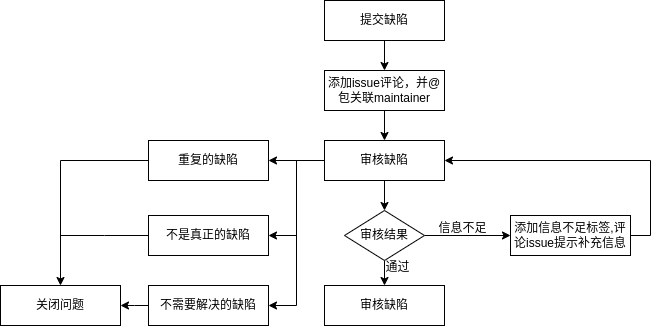
Before: 缺陷issue处理流程.png, a diagram exported from draw.io (weijiang1994/draw-io). Source tidied: cells renumbered, new cells last; positions are measured from the earlier drawing's top-left corner, leaving out a move shared by most shapes.
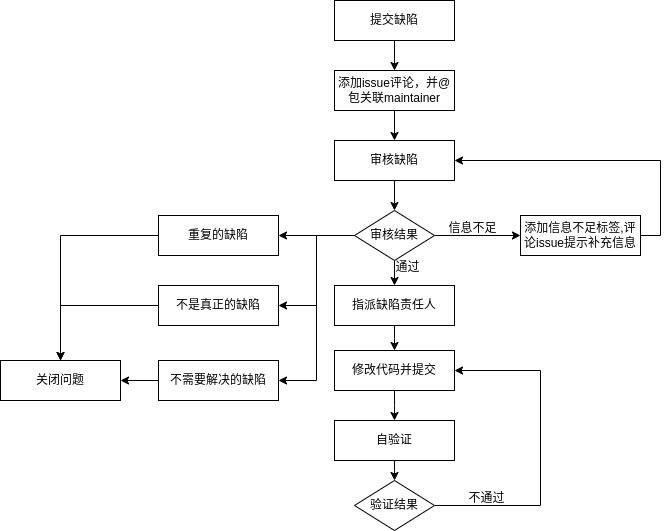
After the commit.

Commit message:
更新缺陷issue处理流程.png

Diff of the diagram source:
```diff
@@ -19,15 +19,6 @@
     <mxCell id="6" style="edgeStyle=orthogonalEdgeStyle;rounded=0;jettySize=auto;html=1;exitX=0.5;exitY=1;exitDx=0;exitDy=0;entryX=0.5;entryY=0;entryDx=0;entryDy=0;" parent="1" edge="1" source="10" target="13">
       <mxGeometry relative="1" as="geometry" />
     </mxCell>
-    <mxCell id="7" style="edgeStyle=elbowEdgeStyle;rounded=0;jettySize=auto;elbow=vertical;html=1;exitX=0;exitY=0.5;exitDx=0;exitDy=0;entryX=1;entryY=0.5;entryDx=0;entryDy=0;fontSize=5;" parent="1" edge="1" source="10" target="21">
-      <mxGeometry relative="1" as="geometry" />
-    </mxCell>
-    <mxCell id="8" style="edgeStyle=elbowEdgeStyle;rounded=0;jettySize=auto;html=1;exitX=0;exitY=0.5;exitDx=0;exitDy=0;entryX=1;entryY=0.5;entryDx=0;entryDy=0;fontSize=5;" parent="1" edge="1" source="10" target="23">
-      <mxGeometry relative="1" as="geometry" />
-    </mxCell>
-    <mxCell id="9" style="edgeStyle=elbowEdgeStyle;rounded=0;jettySize=auto;html=1;exitX=0;exitY=0.5;exitDx=0;exitDy=0;entryX=1;entryY=0.5;entryDx=0;entryDy=0;fontSize=5;" parent="1" edge="1" source="10" target="25">
-      <mxGeometry relative="1" as="geometry" />
-    </mxCell>
     <mxCell id="10" value="审核缺陷" style="rounded=0;whiteSpace=wrap;html=1;" parent="1" vertex="1">
       <mxGeometry x="324" y="140" width="120" height="40" as="geometry" />
     </mxCell>
@@ -37,6 +28,15 @@
     <mxCell id="12" style="edgeStyle=elbowEdgeStyle;rounded=0;jettySize=auto;html=1;exitX=0.5;exitY=1;exitDx=0;exitDy=0;fontSize=5;" parent="1" edge="1" source="13" target="18">
       <mxGeometry relative="1" as="geometry" />
     </mxCell>
+    <mxCell id="26" style="edgeStyle=orthogonalEdgeStyle;rounded=0;jettySize=auto;html=1;exitX=0;exitY=0.5;exitDx=0;exitDy=0;fontSize=5;startArrow=none;startFill=0;endArrow=classic;endFill=1;elbow=vertical;" parent="1" edge="1" source="13" target="21">
+      <mxGeometry relative="1" as="geometry" />
+    </mxCell>
+    <mxCell id="27" style="edgeStyle=orthogonalEdgeStyle;rounded=0;jettySize=auto;html=1;exitX=0;exitY=0.5;exitDx=0;exitDy=0;entryX=1;entryY=0.5;entryDx=0;entryDy=0;fontSize=5;startArrow=none;startFill=0;endArrow=classic;endFill=1;elbow=vertical;" parent="1" edge="1" source="13" target="23">
+      <mxGeometry relative="1" as="geometry" />
+    </mxCell>
+    <mxCell id="28" style="edgeStyle=orthogonalEdgeStyle;rounded=0;jettySize=auto;html=1;exitX=0;exitY=0.5;exitDx=0;exitDy=0;entryX=1;entryY=0.5;entryDx=0;entryDy=0;fontSize=5;startArrow=none;startFill=0;endArrow=classic;endFill=1;elbow=vertical;" parent="1" edge="1" source="13" target="25">
+      <mxGeometry relative="1" as="geometry" />
+    </mxCell>
     <mxCell id="13" value="审核结果" style="rhombus;whiteSpace=wrap;html=1;" parent="1" vertex="1">
       <mxGeometry x="344" y="210" width="80" height="50" as="geometry" />
     </mxCell>
@@ -50,33 +50,64 @@
       <mxGeometry x="432" y="223" width="60" height="10" as="geometry" />
     </mxCell>
     <mxCell id="17" value="关闭问题" style="rounded=0;whiteSpace=wrap;html=1;" parent="1" vertex="1">
-      <mxGeometry y="285" width="120" height="40" as="geometry" />
+      <mxGeometry x="-10" y="360" width="120" height="40" as="geometry" />
     </mxCell>
+    <mxCell id="29" style="edgeStyle=elbowEdgeStyle;rounded=0;jettySize=auto;elbow=vertical;html=1;exitX=0.5;exitY=1;exitDx=0;exitDy=0;entryX=0.5;entryY=0;entryDx=0;entryDy=0;fontSize=5;endArrow=classic;endFill=1;" parent="1" edge="1" source="18" target="33">
+      <mxGeometry relative="1" as="geometry" />
+    </mxCell>
-    <mxCell id="18" value="审核缺陷" style="rounded=0;whiteSpace=wrap;html=1;" parent="1" vertex="1">
+    <mxCell id="18" value="指派缺陷责任人" style="rounded=0;whiteSpace=wrap;html=1;" parent="1" vertex="1">
       <mxGeometry x="324" y="285" width="120" height="40" as="geometry" />
     </mxCell>
     <mxCell id="19" value="通过" style="text;html=1;align=center;verticalAlign=middle;strokeColor=none;fillColor=none;fontSize=5;" parent="1" vertex="1">
       <mxGeometry x="377" y="262" width="40" height="10" as="geometry" />
     </mxCell>
-    <mxCell id="20" style="edgeStyle=orthogonalEdgeStyle;rounded=0;jettySize=auto;html=1;exitX=0;exitY=0.5;exitDx=0;exitDy=0;fontSize=5;" parent="1" edge="1" source="21" target="17">
+    <mxCell id="20" style="edgeStyle=orthogonalEdgeStyle;rounded=0;jettySize=auto;html=1;exitX=0;exitY=0.5;exitDx=0;exitDy=0;entryX=0.5;entryY=0;entryDx=0;entryDy=0;fontSize=5;startArrow=none;startFill=0;endArrow=classic;endFill=1;elbow=vertical;" parent="1" edge="1" source="21" target="17">
       <mxGeometry relative="1" as="geometry" />
     </mxCell>
     <mxCell id="21" value="重复的缺陷" style="rounded=0;whiteSpace=wrap;html=1;" parent="1" vertex="1">
-      <mxGeometry x="148" y="140" width="120" height="40" as="geometry" />
+      <mxGeometry x="148" y="215" width="120" height="40" as="geometry" />
     </mxCell>
-    <mxCell id="22" style="edgeStyle=elbowEdgeStyle;rounded=0;jettySize=auto;elbow=vertical;html=1;exitX=0;exitY=0.5;exitDx=0;exitDy=0;fontSize=5;endArrow=none;endFill=0;" parent="1" edge="1" source="23">
-      <mxGeometry relative="1" as="geometry">
-        <mxPoint x="60" y="235" as="targetPoint" />
-      </mxGeometry>
-    </mxCell>
+    <mxCell id="30" style="edgeStyle=orthogonalEdgeStyle;rounded=0;jettySize=auto;html=1;exitX=0;exitY=0.5;exitDx=0;exitDy=0;fontSize=5;startArrow=none;startFill=0;endArrow=classic;endFill=1;elbow=vertical;" parent="1" edge="1" source="23">
+      <mxGeometry relative="1" as="geometry">
+        <mxPoint x="50" y="360" as="targetPoint" />
+      </mxGeometry>
+    </mxCell>
     <mxCell id="23" value="不是真正的缺陷" style="rounded=0;whiteSpace=wrap;html=1;" parent="1" vertex="1">
-      <mxGeometry x="148" y="215" width="120" height="40" as="geometry" />
+      <mxGeometry x="148" y="285" width="120" height="40" as="geometry" />
     </mxCell>
-    <mxCell id="24" style="edgeStyle=elbowEdgeStyle;rounded=0;jettySize=auto;elbow=vertical;html=1;exitX=0;exitY=0.5;exitDx=0;exitDy=0;entryX=1;entryY=0.5;entryDx=0;entryDy=0;fontSize=5;endArrow=classic;endFill=1;" parent="1" edge="1" source="25" target="17">
+    <mxCell id="24" style="edgeStyle=orthogonalEdgeStyle;rounded=0;jettySize=auto;html=1;exitX=0;exitY=0.5;exitDx=0;exitDy=0;entryX=1;entryY=0.5;entryDx=0;entryDy=0;fontSize=5;startArrow=none;startFill=0;endArrow=classic;endFill=1;elbow=vertical;" parent="1" edge="1" source="25" target="17">
       <mxGeometry relative="1" as="geometry" />
     </mxCell>
     <mxCell id="25" value="不需要解决的缺陷" style="rounded=0;whiteSpace=wrap;html=1;" parent="1" vertex="1">
-      <mxGeometry x="148" y="285" width="120" height="40" as="geometry" />
+      <mxGeometry x="148" y="360" width="120" height="40" as="geometry" />
     </mxCell>
+    <mxCell id="31" style="edgeStyle=elbowEdgeStyle;rounded=0;jettySize=auto;elbow=vertical;html=1;exitX=0.5;exitY=1;exitDx=0;exitDy=0;fontSize=5;endArrow=classic;endFill=1;" parent="1" edge="1" source="33" target="35">
+      <mxGeometry relative="1" as="geometry" />
+    </mxCell>
+    <mxCell id="32" style="edgeStyle=orthogonalEdgeStyle;rounded=0;jettySize=auto;html=1;exitX=1;exitY=0.5;exitDx=0;exitDy=0;fontSize=5;endArrow=none;endFill=0;elbow=vertical;startArrow=classic;startFill=1;" parent="1" edge="1" source="33">
+      <mxGeometry relative="1" as="geometry">
+        <mxPoint x="530" y="370" as="targetPoint" />
+      </mxGeometry>
+    </mxCell>
+    <mxCell id="33" value="修改代码并提交" style="rounded=0;whiteSpace=wrap;html=1;" parent="1" vertex="1">
+      <mxGeometry x="324" y="350" width="120" height="40" as="geometry" />
+    </mxCell>
+    <mxCell id="34" style="edgeStyle=elbowEdgeStyle;rounded=0;jettySize=auto;elbow=vertical;html=1;exitX=0.5;exitY=1;exitDx=0;exitDy=0;entryX=0.5;entryY=0;entryDx=0;entryDy=0;fontSize=5;endArrow=classic;endFill=1;" parent="1" edge="1" source="35" target="37">
+      <mxGeometry relative="1" as="geometry" />
+    </mxCell>
+    <mxCell id="35" value="自验证" style="rounded=0;whiteSpace=wrap;html=1;" parent="1" vertex="1">
+      <mxGeometry x="324" y="420" width="120" height="40" as="geometry" />
+    </mxCell>
+    <mxCell id="36" style="edgeStyle=orthogonalEdgeStyle;rounded=0;jettySize=auto;html=1;exitX=1;exitY=0.5;exitDx=0;exitDy=0;fontSize=5;endArrow=none;endFill=0;elbow=vertical;" parent="1" edge="1" source="37">
+      <mxGeometry relative="1" as="geometry">
+        <mxPoint x="530" y="370" as="targetPoint" />
+      </mxGeometry>
+    </mxCell>
+    <mxCell id="37" value="验证结果" style="rhombus;whiteSpace=wrap;html=1;" parent="1" vertex="1">
+      <mxGeometry x="344" y="480" width="80" height="50" as="geometry" />
+    </mxCell>
+    <mxCell id="38" value="不通过" style="text;html=1;align=center;verticalAlign=middle;strokeColor=none;fillColor=none;fontSize=5;" parent="1" vertex="1">
+      <mxGeometry x="451" y="493" width="50" height="10" as="geometry" />
+    </mxCell>
   </root>
 </mxGraphModel>
```
